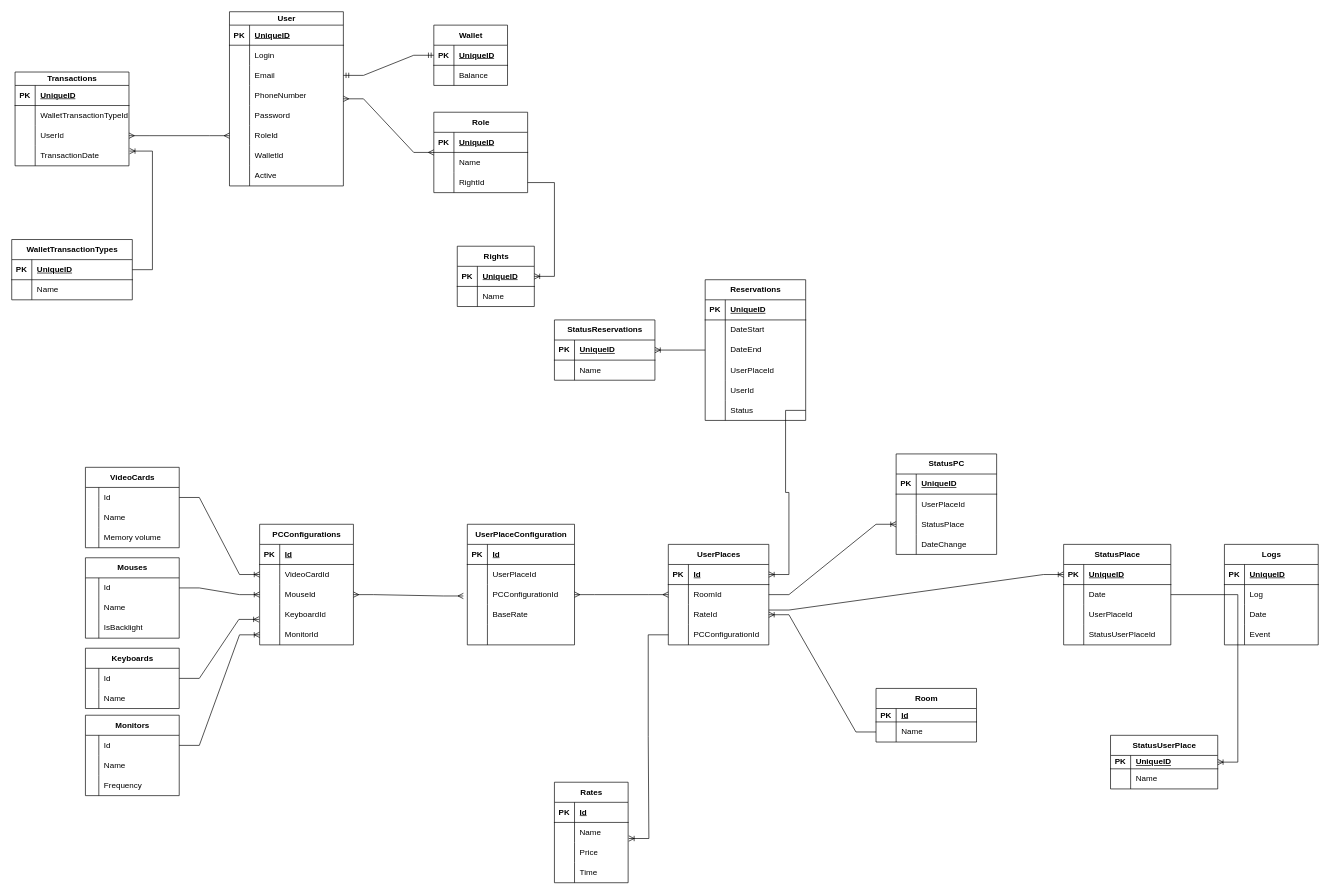
IIeasyII/night-meerkats keeps this draw.io diagram as ER night-meerkats.drawio. Above is the earlier version. Source tidied: cells renumbered, new cells numbered last; positions are measured from the earlier drawing's top-left corner, leaving out a move shared by most shapes. Both pictures are drawn from the tidied source at 67%, with x=0, y=0 at pixel (11, 11).
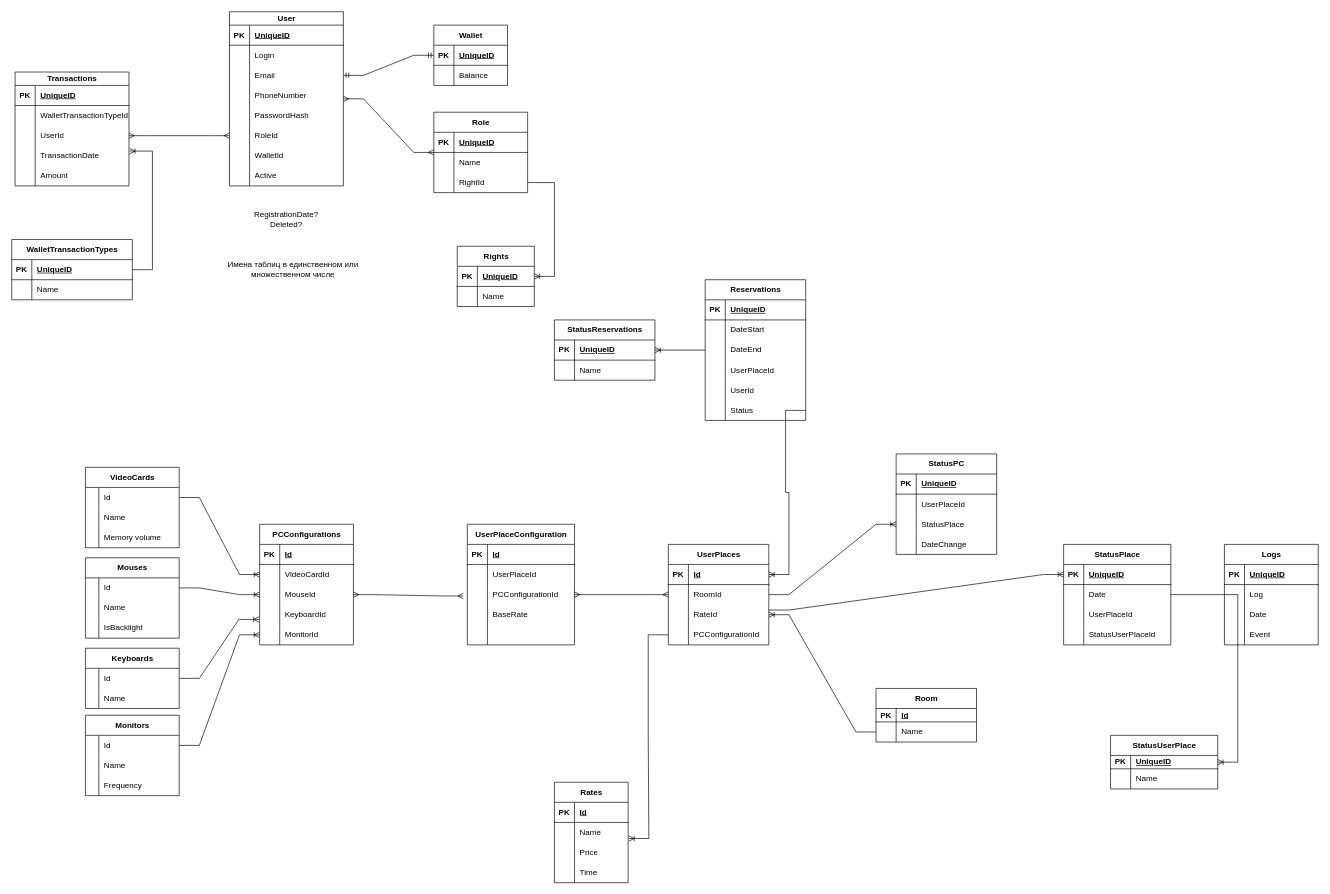
The same page after the edit.

Unchanged cells that the change refers to:
```xml
<mxCell id="39" style="shape=tableRow;horizontal=0;startSize=0;swimlaneHead=0;swimlaneBody=0;fillColor=none;top=0;left=0;right=0;bottom=0;" parent="26" vertex="1">
  <mxGeometry y="140" width="170" height="30" as="geometry" />
</mxCell>
<mxCell id="48" style="shape=tableRow;horizontal=0;startSize=0;swimlaneHead=0;swimlaneBody=0;fillColor=none;top=0;left=0;right=0;bottom=0;" parent="26" vertex="1">
  <mxGeometry y="230" width="170" height="30" as="geometry" />
</mxCell>
```

Diff of the diagram source:
```diff
@@
-    <mxCell id="41" value="Password" style="shape=partialRectangle;fillColor=none;top=0;left=0;bottom=0;right=0;align=left;spacingLeft=6;overflow=hidden;whiteSpace=wrap;html=1;" parent="39" vertex="1">
+    <mxCell id="41" value="PasswordHash" style="shape=partialRectangle;fillColor=none;top=0;left=0;bottom=0;right=0;align=left;spacingLeft=6;overflow=hidden;whiteSpace=wrap;html=1;" parent="39" vertex="1">
       <mxGeometry x="30" width="140" height="30" as="geometry" />
     </mxCell>
@@
-    <mxCell id="49" style="shape=partialRectangle;fillColor=none;top=0;left=0;bottom=0;right=0;overflow=hidden;whiteSpace=wrap;html=1;" parent="48" vertex="1">
-      <mxGeometry width="30" height="30" as="geometry" />
-    </mxCell>
+    <mxCell id="263" style="shape=partialRectangle;fillColor=none;top=0;left=0;bottom=0;right=0;overflow=hidden;whiteSpace=wrap;html=1;" parent="48" vertex="1">
+      <mxGeometry width="30" height="30" as="geometry" />
+    </mxCell>
@@
     <mxCell id="189" value="Transactions" style="shape=table;startSize=20;childLayout=tableLayout;rowLines=0;fontStyle=1;align=center;html=1;" parent="1" vertex="1">
-      <mxGeometry x="5" y="90" width="170" height="140" as="geometry" />
+      <mxGeometry x="5" y="90" width="170" height="170" as="geometry" />
     </mxCell>
@@
+    <mxCell id="264" style="shape=tableRow;horizontal=0;startSize=0;swimlaneHead=0;swimlaneBody=0;fillColor=none;top=0;left=0;right=0;bottom=0;" parent="189" vertex="1">
+      <mxGeometry y="140" width="170" height="30" as="geometry" />
+    </mxCell>
+    <mxCell id="265" style="shape=partialRectangle;fillColor=none;top=0;left=0;bottom=0;right=0;overflow=hidden;whiteSpace=wrap;html=1;" parent="264" vertex="1">
+      <mxGeometry width="30" height="30" as="geometry" />
+    </mxCell>
+    <mxCell id="266" value="Amount" style="shape=partialRectangle;fillColor=none;top=0;left=0;bottom=0;right=0;align=left;spacingLeft=6;overflow=hidden;whiteSpace=wrap;html=1;" parent="264" vertex="1">
+      <mxGeometry x="30" width="140" height="30" as="geometry" />
+    </mxCell>
@@
+    <mxCell id="267" value="&lt;div&gt;RegistrationDate?&lt;/div&gt;&lt;div&gt;Deleted?&lt;br&gt;&lt;/div&gt;" style="text;html=1;strokeColor=none;fillColor=none;align=center;verticalAlign=middle;whiteSpace=wrap;rounded=0;" parent="1" vertex="1">
+      <mxGeometry x="380" y="290" width="60" height="40" as="geometry" />
+    </mxCell>
+    <mxCell id="268" value="Имена таблиц в единственном или множественном числе" style="text;html=1;strokeColor=none;fillColor=none;align=center;verticalAlign=middle;whiteSpace=wrap;rounded=0;" parent="1" vertex="1">
+      <mxGeometry x="300" y="365" width="240" height="40" as="geometry" />
+    </mxCell>
```
